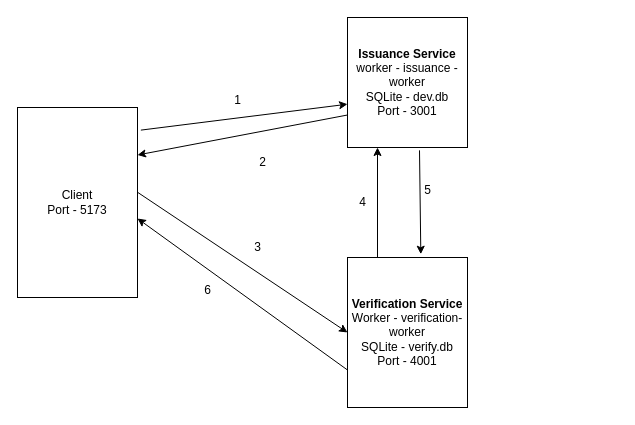
This is High level Architecture.drawio from Jeyssiva/kube-credential, a draw.io file, before an edit. Source tidied: cells renumbered, new cells numbered last; positions are measured from the earlier drawing's top-left corner, leaving out a move shared by most shapes. Both pictures are drawn from the tidied source at 100%, with x=0, y=0 at pixel (17, 17).
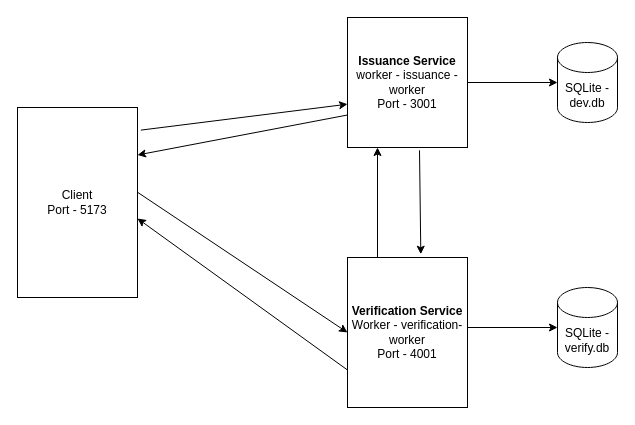
Above is the later version.

Commit message (it also covers changes not shown here):
High level diagram

Change to the diagram source:
```diff
@@
 <mxGraphModel>
   <root>
     <mxCell id="0" />
     <mxCell id="1" parent="0" />
     <mxCell id="2" value="Client&lt;div&gt;Port - 5173&lt;/div&gt;" style="rounded=0;whiteSpace=wrap;html=1;" parent="1" vertex="1">
       <mxGeometry y="90" width="120" height="190" as="geometry" />
     </mxCell>
-    <mxCell id="3" value="&lt;b&gt;Issuance Service&lt;/b&gt;&lt;div&gt;worker - issuance -worker&lt;/div&gt;&lt;div&gt;SQLite - dev.db&lt;/div&gt;&lt;div&gt;Port - 3001&lt;/div&gt;" style="rounded=0;whiteSpace=wrap;html=1;" parent="1" vertex="1">
+    <mxCell id="3" value="&lt;b&gt;Issuance Service&lt;/b&gt;&lt;div&gt;worker - issuance -worker&lt;/div&gt;&lt;div&gt;Port - 3001&lt;/div&gt;" style="rounded=0;whiteSpace=wrap;html=1;" parent="1" vertex="1">
       <mxGeometry x="330" width="120" height="130" as="geometry" />
     </mxCell>
-    <mxCell id="4" value="&lt;b&gt;Verification Service&lt;/b&gt;&lt;div&gt;Worker - verification-worker&lt;/div&gt;&lt;div&gt;SQLite - verify.db&lt;/div&gt;&lt;div&gt;Port - 4001&lt;/div&gt;" style="rounded=0;whiteSpace=wrap;html=1;" parent="1" vertex="1">
+    <mxCell id="4" value="&lt;b&gt;Verification Service&lt;/b&gt;&lt;div&gt;Worker - verification-worker&lt;/div&gt;&lt;div&gt;Port - 4001&lt;/div&gt;" style="rounded=0;whiteSpace=wrap;html=1;" parent="1" vertex="1">
       <mxGeometry x="330" y="240" width="120" height="150" as="geometry" />
     </mxCell>
     <mxCell id="5" style="endArrow=classic;html=1;rounded=0;entryX=0;entryY=0.5;entryDx=0;entryDy=0;exitX=1.028;exitY=0.119;exitDx=0;exitDy=0;exitPerimeter=0;" parent="1" edge="1" source="2">
       <mxGeometry relative="1" as="geometry">
         <mxPoint x="330" y="86.7" as="targetPoint" />
       </mxGeometry>
     </mxCell>
     <mxCell id="6" style="endArrow=classic;html=1;rounded=0;entryX=0;entryY=0.5;entryDx=0;entryDy=0;exitX=1;exitY=0.446;exitDx=0;exitDy=0;exitPerimeter=0;" parent="1" edge="1" source="2" target="4">
       <mxGeometry relative="1" as="geometry" />
     </mxCell>
     <mxCell id="7" style="endArrow=classic;html=1;rounded=0;entryX=0.25;entryY=1;entryDx=0;entryDy=0;" parent="1" edge="1" target="3">
       <mxGeometry relative="1" as="geometry">
         <mxPoint x="360" y="240" as="sourcePoint" />
       </mxGeometry>
     </mxCell>
-    <mxCell id="8" value="4" style="text;html=1;align=center;verticalAlign=middle;strokeColor=none;fillColor=none;" parent="1" vertex="1">
-      <mxGeometry x="330" y="170" width="30" height="30" as="geometry" />
-    </mxCell>
     <mxCell id="9" style="endArrow=classic;html=1;rounded=0;entryX=1;entryY=0.25;entryDx=0;entryDy=0;exitX=0;exitY=0.75;exitDx=0;exitDy=0;" parent="1" edge="1" source="3" target="2">
       <mxGeometry relative="1" as="geometry" />
     </mxCell>
-    <mxCell id="10" value="2" style="text;html=1;align=center;verticalAlign=middle;strokeColor=none;fillColor=none;" parent="1" vertex="1">
-      <mxGeometry x="230" y="130" width="30" height="30" as="geometry" />
-    </mxCell>
     <mxCell id="11" style="endArrow=classic;html=1;rounded=0;entryX=0.611;entryY=-0.022;entryDx=0;entryDy=0;entryPerimeter=0;exitX=0.6;exitY=1.022;exitDx=0;exitDy=0;exitPerimeter=0;" parent="1" edge="1" source="3" target="4">
       <mxGeometry relative="1" as="geometry" />
     </mxCell>
     <mxCell id="12" style="endArrow=classic;html=1;rounded=0;exitX=0;exitY=0.75;exitDx=0;exitDy=0;" parent="1" edge="1" source="4">
       <mxGeometry relative="1" as="geometry">
         <mxPoint x="120" y="201" as="targetPoint" />
       </mxGeometry>
     </mxCell>
-    <mxCell id="13" value="5" style="text;html=1;align=center;verticalAlign=middle;strokeColor=none;fillColor=none;" parent="1" vertex="1">
-      <mxGeometry x="395" y="158" width="30" height="30" as="geometry" />
-    </mxCell>
-    <mxCell id="14" value="3" style="text;html=1;align=center;verticalAlign=middle;strokeColor=none;fillColor=none;" parent="1" vertex="1">
-      <mxGeometry x="225" y="215" width="30" height="30" as="geometry" />
-    </mxCell>
-    <mxCell id="15" value="6" style="text;html=1;align=center;verticalAlign=middle;strokeColor=none;fillColor=none;" parent="1" vertex="1">
-      <mxGeometry x="175" y="258" width="30" height="30" as="geometry" />
-    </mxCell>
-    <mxCell id="16" value="1" style="text;html=1;align=center;verticalAlign=middle;strokeColor=none;fillColor=none;" parent="1" vertex="1">
-      <mxGeometry x="205" y="68" width="30" height="30" as="geometry" />
-    </mxCell>
+    <mxCell id="17" value="SQLite - dev.db" style="shape=cylinder3;whiteSpace=wrap;html=1;boundedLbl=1;backgroundOutline=1;size=15;" parent="1" vertex="1">
+      <mxGeometry x="540" y="25" width="60" height="80" as="geometry" />
+    </mxCell>
+    <mxCell id="18" value="SQLite - verify.db" style="shape=cylinder3;whiteSpace=wrap;html=1;boundedLbl=1;backgroundOutline=1;size=15;" parent="1" vertex="1">
+      <mxGeometry x="540" y="270" width="60" height="80" as="geometry" />
+    </mxCell>
+    <mxCell id="19" style="endArrow=classic;html=1;rounded=0;entryX=0;entryY=0.5;entryDx=0;entryDy=0;entryPerimeter=0;exitX=1;exitY=0.5;exitDx=0;exitDy=0;" parent="1" edge="1" source="3" target="17">
+      <mxGeometry relative="1" as="geometry" />
+    </mxCell>
+    <mxCell id="20" style="endArrow=classic;html=1;rounded=0;entryX=0;entryY=0.5;entryDx=0;entryDy=0;entryPerimeter=0;" parent="1" edge="1" target="18">
+      <mxGeometry relative="1" as="geometry">
+        <mxPoint x="450" y="310" as="sourcePoint" />
+      </mxGeometry>
+    </mxCell>
   </root>
 </mxGraphModel>
```
